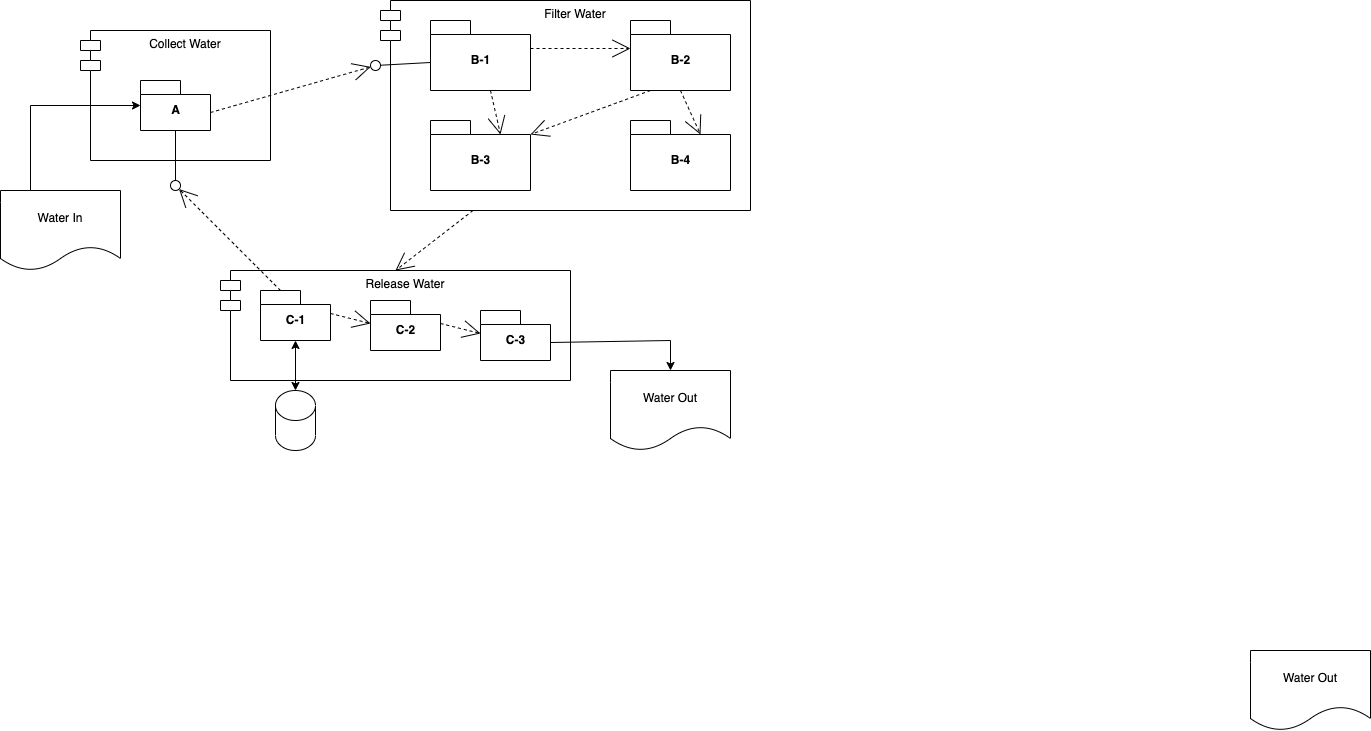
Earlier version of the draw.io export figures/ComponentDiagram1-Component-Interfaces.drawio.png (INTERSECT-training/workshop22-software-design). Source tidied: cells renumbered, new cells last; positions are measured from the earlier drawing's top-left corner, leaving out a move shared by most shapes.
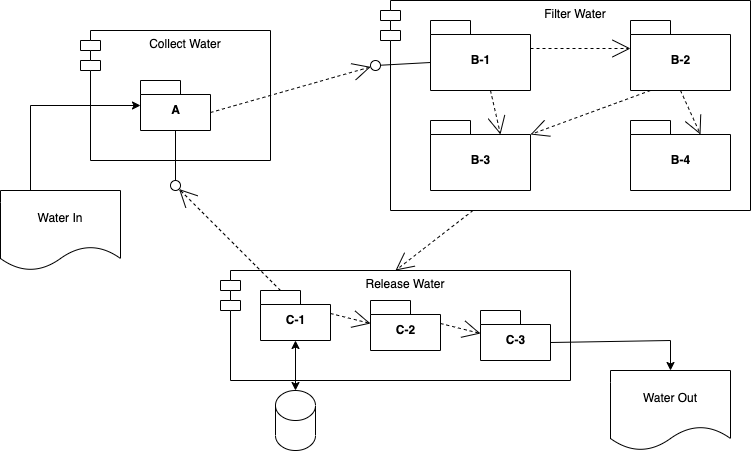
After the change.

Change to the diagram source:
```diff
@@ -80,9 +80,6 @@
     <mxCell id="25" value="Water In" style="shape=document;whiteSpace=wrap;html=1;boundedLbl=1;" parent="1" vertex="1">
       <mxGeometry y="190" width="120" height="80" as="geometry" />
     </mxCell>
-    <mxCell id="26" value="Water Out" style="shape=document;whiteSpace=wrap;html=1;boundedLbl=1;" parent="1" vertex="1">
-      <mxGeometry x="1250" y="650" width="120" height="80" as="geometry" />
-    </mxCell>
     <mxCell id="27" value="Water Out" style="shape=document;whiteSpace=wrap;html=1;boundedLbl=1;" parent="1" vertex="1">
       <mxGeometry x="610" y="370" width="120" height="80" as="geometry" />
     </mxCell>
```
